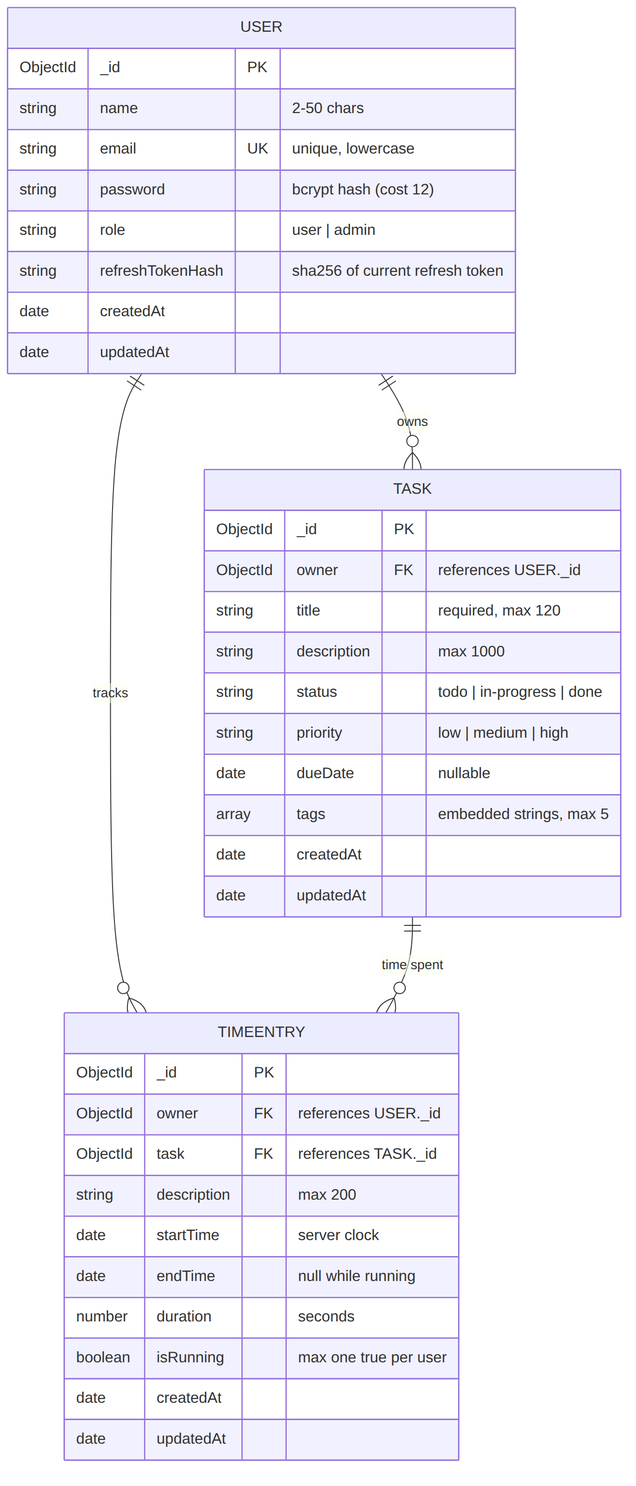
Before: Task3-Task-Manager-App/docs/erd.png, a diagram exported from Mermaid (KiroMorcos/CognoRise-InfoTech-Internship). Its source is kept beside it as Task3-Task-Manager-App/docs/erd.mmd. Its diagram source:
```mermaid
erDiagram
    USER ||--o{ TASK : owns
    USER ||--o{ TIMEENTRY : tracks
    TASK ||--o{ TIMEENTRY : "time spent"

    USER {
        ObjectId _id PK
        string name "2-50 chars"
        string email UK "unique, lowercase"
        string password "bcrypt hash (cost 12)"
        string role "user | admin"
        string refreshTokenHash "sha256 of current refresh token"
        date createdAt
        date updatedAt
    }

    TASK {
        ObjectId _id PK
        ObjectId owner FK "references USER._id"
        string title "required, max 120"
        string description "max 1000"
        string status "todo | in-progress | done"
        string priority "low | medium | high"
        date dueDate "nullable"
        array tags "embedded strings, max 5"
        date createdAt
        date updatedAt
    }

    TIMEENTRY {
        ObjectId _id PK
        ObjectId owner FK "references USER._id"
        ObjectId task FK "references TASK._id"
        string description "max 200"
        date startTime "server clock"
        date endTime "null while running"
        number duration "seconds"
        boolean isRunning "max one true per user"
        date createdAt
        date updatedAt
    }
```
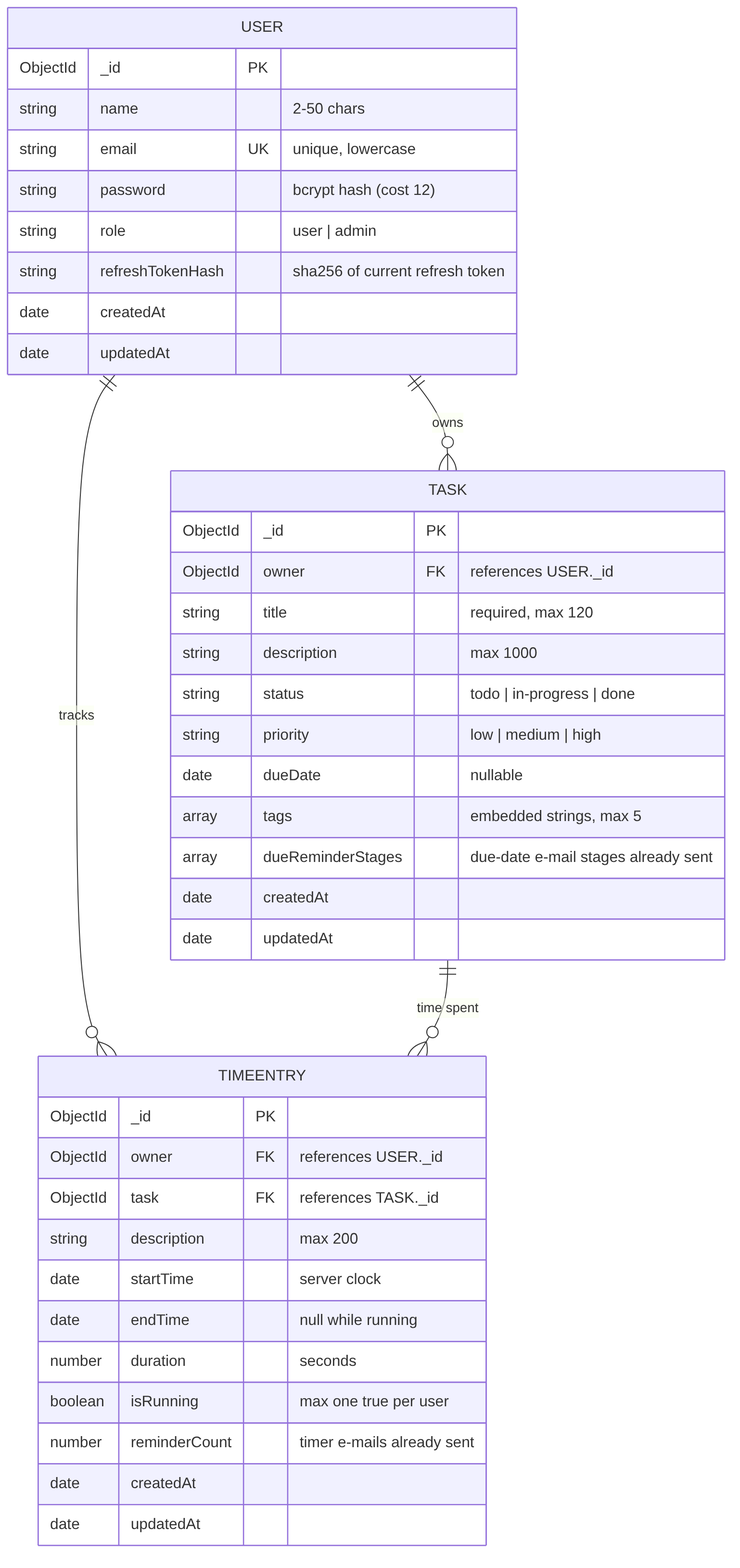
The same diagram one commit later.

The edit, as a diff of the source:
```diff
@@ -23,6 +23,7 @@
         string priority "low | medium | high"
         date dueDate "nullable"
         array tags "embedded strings, max 5"
+        array dueReminderStages "due-date e-mail stages already sent"
         date createdAt
         date updatedAt
     }
@@ -36,6 +37,7 @@
         date endTime "null while running"
         number duration "seconds"
         boolean isRunning "max one true per user"
+        number reminderCount "timer e-mails already sent"
         date createdAt
         date updatedAt
     }
```
